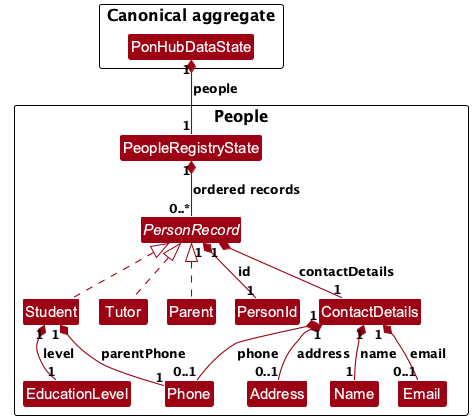
This is docs/images/PersonRecordClassDiagram.png from AY2627S1-CS2103T-F13-3/tp, a PlantUML export, as it was before one commit.
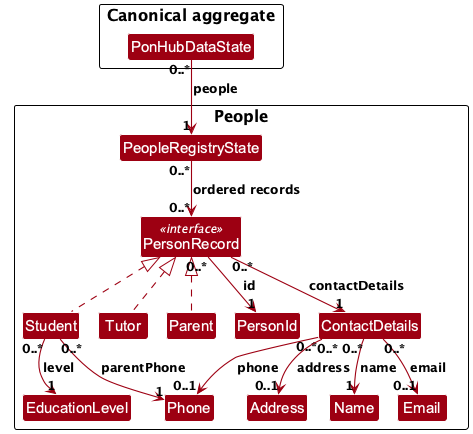
Above is the later version.

What changed in the source:
```diff
@@ -15,7 +15,7 @@
 
 package "People" {
     class PeopleRegistryState
-    interface PersonRecord
+    class PersonRecord <<interface>>
     class Student
     class Tutor
     class Parent
@@ -28,19 +28,19 @@
     class EducationLevel
 }
 
-PonHubDataState "1" *-- "1" PeopleRegistryState : people
-PeopleRegistryState "1" *-- "0..*" PersonRecord : ordered records
+PonHubDataState "0..*" --> "1" PeopleRegistryState : people
+PeopleRegistryState "0..*" --> "0..*" PersonRecord : ordered records
 
 PersonRecord <|.. Student
 PersonRecord <|.. Tutor
 PersonRecord <|.. Parent
-PersonRecord "1" *-- "1" PersonId : id
-PersonRecord "1" *-- "1" ContactDetails : contactDetails
-ContactDetails "1" *-- "1" Name : name
-ContactDetails "1" *-- "0..1" Phone : phone
-ContactDetails "1" *-- "0..1" Email : email
-ContactDetails "1" *-- "0..1" Address : address
-Student "1" *-- "1" EducationLevel : level
-Student "1" *-- "1" Phone : parentPhone
+PersonRecord "0..*" --> "1" PersonId : id
+PersonRecord "0..*" --> "1" ContactDetails : contactDetails
+ContactDetails "0..*" --> "1" Name : name
+ContactDetails "0..*" --> "0..1" Phone : phone
+ContactDetails "0..*" --> "0..1" Email : email
+ContactDetails "0..*" --> "0..1" Address : address
+Student "0..*" --> "1" EducationLevel : level
+Student "0..*" --> "1" Phone : parentPhone
 
 @enduml
```
